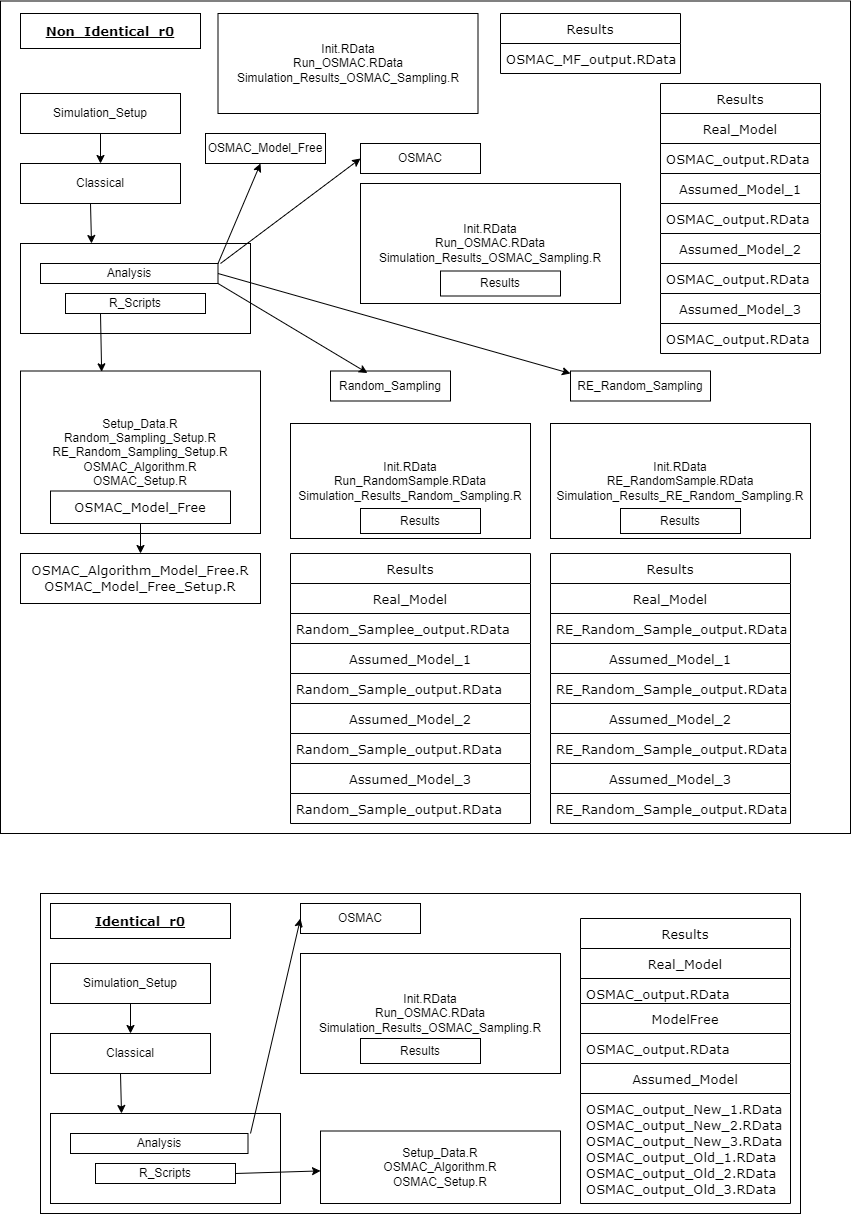
The draw.io diagram Images/Simulation_Setup.png in Amalan-ConStat/RS_OS_MROS_LR_Two_Var_Normal_Alpha, before a commit. Source tidied: cells renumbered, new cells last; positions are measured from the earlier drawing's top-left corner, leaving out a move shared by most shapes.
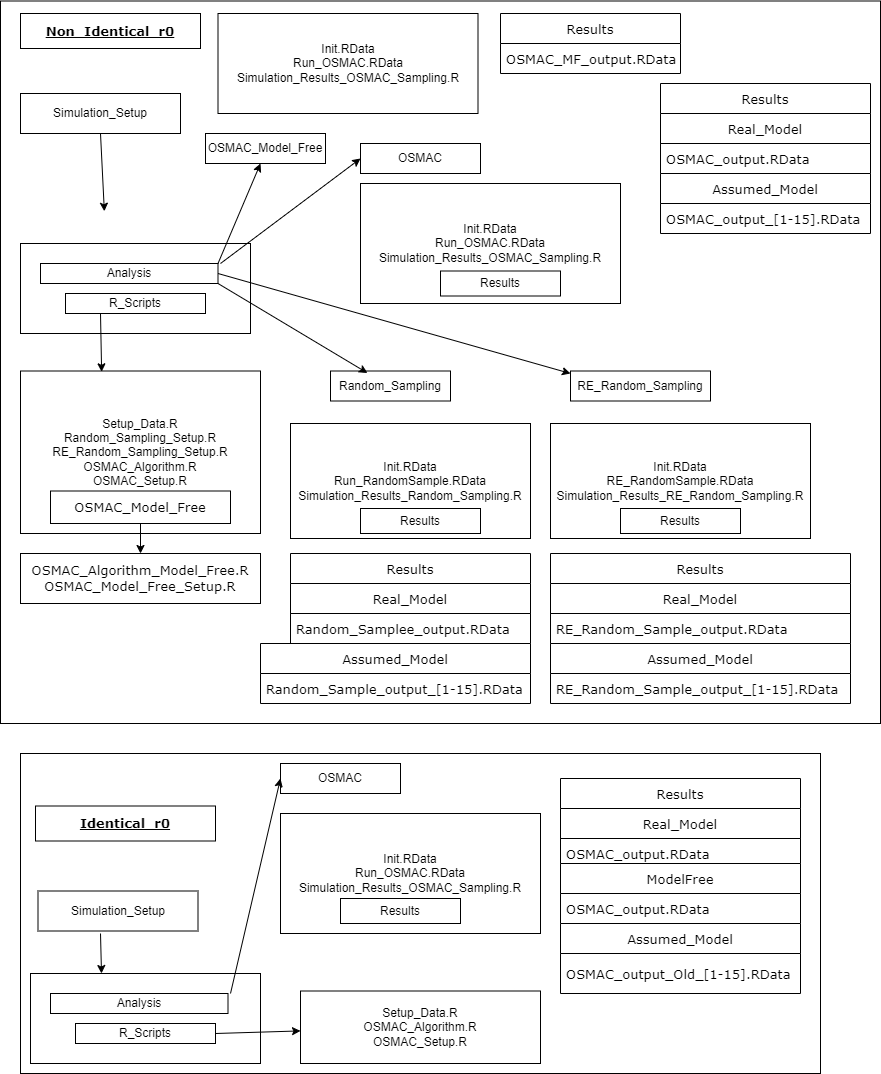
The same file after the commit.

Change to the diagram source:
```diff
@@ -3,10 +3,10 @@
     <mxCell id="0" />
     <mxCell id="1" parent="0" />
     <mxCell id="2" style="rounded=0;whiteSpace=wrap;html=1;fontFamily=Verdana;fontSize=13;fontColor=#000000;" parent="1" vertex="1">
-      <mxGeometry x="40" y="892" width="760" height="320" as="geometry" />
+      <mxGeometry x="20" y="752" width="800" height="320" as="geometry" />
     </mxCell>
     <mxCell id="3" style="rounded=0;whiteSpace=wrap;html=1;fontFamily=Verdana;fontSize=13;fontColor=#000000;" parent="1" vertex="1">
-      <mxGeometry y="-0.5" width="850" height="832.5" as="geometry" />
+      <mxGeometry y="-0.5" width="880" height="722.5" as="geometry" />
     </mxCell>
     <mxCell id="4" value="&lt;br&gt;&lt;br&gt;" style="rounded=0;whiteSpace=wrap;html=1;" parent="1" vertex="1">
       <mxGeometry x="20" y="242" width="230" height="90" as="geometry" />
@@ -14,16 +14,13 @@
     <mxCell id="5" value="Simulation_Setup" style="rounded=0;whiteSpace=wrap;html=1;" parent="1" vertex="1">
       <mxGeometry x="20" y="92" width="160" height="40" as="geometry" />
     </mxCell>
-    <mxCell id="6" value="Classical" style="rounded=0;whiteSpace=wrap;html=1;" parent="1" vertex="1">
-      <mxGeometry x="20" y="162" width="160" height="40" as="geometry" />
-    </mxCell>
     <mxCell id="7" value="&lt;span style=&quot;white-space: normal&quot;&gt;R_Scripts&lt;/span&gt;" style="rounded=0;whiteSpace=wrap;html=1;" parent="1" vertex="1">
       <mxGeometry x="65" y="292" width="140" height="20" as="geometry" />
     </mxCell>
     <mxCell id="8" value="Analysis" style="rounded=0;whiteSpace=wrap;html=1;" parent="1" vertex="1">
       <mxGeometry x="40" y="262" width="177.5" height="20" as="geometry" />
     </mxCell>
-    <mxCell id="9" style="endArrow=classic;html=1;exitX=0.5;exitY=1;exitDx=0;exitDy=0;entryX=0.5;entryY=0;entryDx=0;entryDy=0;" parent="1" edge="1" source="5" target="6">
+    <mxCell id="9" style="endArrow=classic;html=1;exitX=0.5;exitY=1;exitDx=0;exitDy=0;entryX=0.118;entryY=0.291;entryDx=0;entryDy=0;entryPerimeter=0;" parent="1" edge="1" source="5" target="3">
       <mxGeometry relative="1" as="geometry" />
     </mxCell>
     <mxCell id="10" value="Setup_Data.R&lt;br&gt;Random_Sampling_Setup.R&lt;br&gt;RE_Random_Sampling_Setup.R&lt;br&gt;OSMAC_Algorithm.R&lt;br&gt;OSMAC_Setup.R" style="rounded=0;whiteSpace=wrap;html=1;" parent="1" vertex="1">
@@ -95,90 +92,48 @@
     <mxCell id="30" value="Random_Samplee_output.RData" style="text;strokeColor=none;fillColor=none;align=left;verticalAlign=middle;spacingLeft=4;spacingRight=4;overflow=hidden;fontFamily=Verdana;fontSize=13;fontColor=#000000;" parent="29" vertex="1">
       <mxGeometry y="30" width="240" height="30" as="geometry" />
     </mxCell>
-    <mxCell id="31" value="Assumed_Model_1" style="swimlane;fontStyle=0;horizontal=1;startSize=30;fontFamily=Verdana;fontSize=13;fontColor=#000000;" parent="1" vertex="1">
-      <mxGeometry x="290" y="642" width="240" height="60" as="geometry" />
+    <mxCell id="31" value="Assumed_Model" style="swimlane;fontStyle=0;horizontal=1;startSize=30;fontFamily=Verdana;fontSize=13;fontColor=#000000;" parent="1" vertex="1">
+      <mxGeometry x="260" y="642" width="270" height="60" as="geometry" />
     </mxCell>
-    <mxCell id="32" value="Random_Sample_output.RData" style="text;strokeColor=none;fillColor=none;align=left;verticalAlign=middle;spacingLeft=4;spacingRight=4;overflow=hidden;fontFamily=Verdana;fontSize=13;fontColor=#000000;" parent="31" vertex="1">
-      <mxGeometry y="30" width="240" height="30" as="geometry" />
+    <mxCell id="32" value="Random_Sample_output_[1-15].RData" style="text;strokeColor=none;fillColor=none;align=left;verticalAlign=middle;spacingLeft=4;spacingRight=4;overflow=hidden;fontFamily=Verdana;fontSize=13;fontColor=#000000;" parent="31" vertex="1">
+      <mxGeometry y="30" width="270" height="30" as="geometry" />
     </mxCell>
-    <mxCell id="33" value="Assumed_Model_2" style="swimlane;fontStyle=0;horizontal=1;startSize=30;fontFamily=Verdana;fontSize=13;fontColor=#000000;" parent="1" vertex="1">
-      <mxGeometry x="290" y="702" width="240" height="60" as="geometry" />
-    </mxCell>
-    <mxCell id="34" value="Random_Sample_output.RData" style="text;strokeColor=none;fillColor=none;align=left;verticalAlign=middle;spacingLeft=4;spacingRight=4;overflow=hidden;fontFamily=Verdana;fontSize=13;fontColor=#000000;" parent="33" vertex="1">
-      <mxGeometry y="30" width="240" height="30" as="geometry" />
-    </mxCell>
-    <mxCell id="35" value="Assumed_Model_3" style="swimlane;fontStyle=0;horizontal=1;startSize=30;fontFamily=Verdana;fontSize=13;fontColor=#000000;" parent="1" vertex="1">
-      <mxGeometry x="290" y="762" width="240" height="60" as="geometry" />
-    </mxCell>
-    <mxCell id="36" value="Random_Sample_output.RData" style="text;strokeColor=none;fillColor=none;align=left;verticalAlign=middle;spacingLeft=4;spacingRight=4;overflow=hidden;fontFamily=Verdana;fontSize=13;fontColor=#000000;" parent="35" vertex="1">
-      <mxGeometry y="30" width="240" height="30" as="geometry" />
-    </mxCell>
     <mxCell id="37" value="Results" style="swimlane;fontStyle=0;horizontal=1;startSize=30;fontFamily=Verdana;fontSize=13;fontColor=#000000;" parent="1" vertex="1">
-      <mxGeometry x="550" y="552" width="240" height="90" as="geometry" />
+      <mxGeometry x="550" y="552" width="300" height="90" as="geometry" />
     </mxCell>
     <mxCell id="38" value="Real_Model" style="swimlane;fontStyle=0;horizontal=1;startSize=30;fontFamily=Verdana;fontSize=13;fontColor=#000000;" parent="37" vertex="1">
-      <mxGeometry y="30" width="240" height="60" as="geometry" />
+      <mxGeometry y="30" width="300" height="60" as="geometry" />
     </mxCell>
     <mxCell id="39" value="RE_Random_Sample_output.RData" style="text;strokeColor=none;fillColor=none;align=left;verticalAlign=middle;spacingLeft=4;spacingRight=4;overflow=hidden;fontFamily=Verdana;fontSize=13;fontColor=#000000;" parent="38" vertex="1">
-      <mxGeometry y="30" width="240" height="30" as="geometry" />
+      <mxGeometry y="30" width="300" height="30" as="geometry" />
     </mxCell>
-    <mxCell id="40" value="Assumed_Model_1" style="swimlane;fontStyle=0;horizontal=1;startSize=30;fontFamily=Verdana;fontSize=13;fontColor=#000000;" parent="1" vertex="1">
-      <mxGeometry x="550" y="642" width="240" height="60" as="geometry" />
+    <mxCell id="40" value="Assumed_Model" style="swimlane;fontStyle=0;horizontal=1;startSize=30;fontFamily=Verdana;fontSize=13;fontColor=#000000;" parent="1" vertex="1">
+      <mxGeometry x="550" y="642" width="300" height="60" as="geometry" />
     </mxCell>
-    <mxCell id="41" value="RE_Random_Sample_output.RData" style="text;strokeColor=none;fillColor=none;align=left;verticalAlign=middle;spacingLeft=4;spacingRight=4;overflow=hidden;fontFamily=Verdana;fontSize=13;fontColor=#000000;" parent="40" vertex="1">
-      <mxGeometry y="30" width="240" height="30" as="geometry" />
+    <mxCell id="41" value="RE_Random_Sample_output_[1-15].RData" style="text;strokeColor=none;fillColor=none;align=left;verticalAlign=middle;spacingLeft=4;spacingRight=4;overflow=hidden;fontFamily=Verdana;fontSize=13;fontColor=#000000;" parent="40" vertex="1">
+      <mxGeometry y="30" width="300" height="30" as="geometry" />
     </mxCell>
-    <mxCell id="42" value="Assumed_Model_2" style="swimlane;fontStyle=0;horizontal=1;startSize=30;fontFamily=Verdana;fontSize=13;fontColor=#000000;" parent="1" vertex="1">
-      <mxGeometry x="550" y="702" width="240" height="60" as="geometry" />
-    </mxCell>
-    <mxCell id="43" value="RE_Random_Sample_output.RData" style="text;strokeColor=none;fillColor=none;align=left;verticalAlign=middle;spacingLeft=4;spacingRight=4;overflow=hidden;fontFamily=Verdana;fontSize=13;fontColor=#000000;" parent="42" vertex="1">
-      <mxGeometry y="30" width="240" height="30" as="geometry" />
-    </mxCell>
-    <mxCell id="44" value="Assumed_Model_3" style="swimlane;fontStyle=0;horizontal=1;startSize=30;fontFamily=Verdana;fontSize=13;fontColor=#000000;" parent="1" vertex="1">
-      <mxGeometry x="550" y="762" width="240" height="60" as="geometry" />
-    </mxCell>
-    <mxCell id="45" value="RE_Random_Sample_output.RData" style="text;strokeColor=none;fillColor=none;align=left;verticalAlign=middle;spacingLeft=4;spacingRight=4;overflow=hidden;fontFamily=Verdana;fontSize=13;fontColor=#000000;" parent="44" vertex="1">
-      <mxGeometry y="30" width="240" height="30" as="geometry" />
-    </mxCell>
     <mxCell id="46" value="Results" style="swimlane;fontStyle=0;horizontal=1;startSize=30;fontFamily=Verdana;fontSize=13;fontColor=#000000;" parent="1" vertex="1">
-      <mxGeometry x="660" y="82" width="160" height="90" as="geometry" />
+      <mxGeometry x="660" y="82" width="210" height="90" as="geometry" />
     </mxCell>
     <mxCell id="47" value="Real_Model" style="swimlane;fontStyle=0;horizontal=1;startSize=30;fontFamily=Verdana;fontSize=13;fontColor=#000000;" parent="46" vertex="1">
-      <mxGeometry y="30" width="160" height="60" as="geometry" />
+      <mxGeometry y="30" width="210" height="60" as="geometry" />
     </mxCell>
     <mxCell id="48" value="OSMAC_output.RData" style="text;strokeColor=none;fillColor=none;align=left;verticalAlign=middle;spacingLeft=4;spacingRight=4;overflow=hidden;fontFamily=Verdana;fontSize=13;fontColor=#000000;" parent="47" vertex="1">
-      <mxGeometry y="30" width="160" height="30" as="geometry" />
+      <mxGeometry y="30" width="210" height="30" as="geometry" />
     </mxCell>
-    <mxCell id="49" value="Assumed_Model_1" style="swimlane;fontStyle=0;horizontal=1;startSize=30;fontFamily=Verdana;fontSize=13;fontColor=#000000;" parent="1" vertex="1">
-      <mxGeometry x="660" y="172" width="160" height="60" as="geometry" />
+    <mxCell id="49" value="Assumed_Model" style="swimlane;fontStyle=0;horizontal=1;startSize=30;fontFamily=Verdana;fontSize=13;fontColor=#000000;" parent="1" vertex="1">
+      <mxGeometry x="660" y="172" width="210" height="60" as="geometry" />
     </mxCell>
-    <mxCell id="50" value="OSMAC_output.RData" style="text;strokeColor=none;fillColor=none;align=left;verticalAlign=middle;spacingLeft=4;spacingRight=4;overflow=hidden;fontFamily=Verdana;fontSize=13;fontColor=#000000;" parent="49" vertex="1">
-      <mxGeometry y="30" width="160" height="30" as="geometry" />
+    <mxCell id="50" value="OSMAC_output_[1-15].RData" style="text;strokeColor=none;fillColor=none;align=left;verticalAlign=middle;spacingLeft=4;spacingRight=4;overflow=hidden;fontFamily=Verdana;fontSize=13;fontColor=#000000;" parent="49" vertex="1">
+      <mxGeometry y="30" width="210" height="30" as="geometry" />
     </mxCell>
-    <mxCell id="51" value="Assumed_Model_2" style="swimlane;fontStyle=0;horizontal=1;startSize=30;fontFamily=Verdana;fontSize=13;fontColor=#000000;" parent="1" vertex="1">
-      <mxGeometry x="660" y="232" width="160" height="60" as="geometry" />
-    </mxCell>
-    <mxCell id="52" value="OSMAC_output.RData" style="text;strokeColor=none;fillColor=none;align=left;verticalAlign=middle;spacingLeft=4;spacingRight=4;overflow=hidden;fontFamily=Verdana;fontSize=13;fontColor=#000000;" parent="51" vertex="1">
-      <mxGeometry y="30" width="160" height="30" as="geometry" />
-    </mxCell>
-    <mxCell id="53" value="Assumed_Model_3" style="swimlane;fontStyle=0;horizontal=1;startSize=30;fontFamily=Verdana;fontSize=13;fontColor=#000000;" parent="1" vertex="1">
-      <mxGeometry x="660" y="292" width="160" height="60" as="geometry" />
-    </mxCell>
-    <mxCell id="54" value="OSMAC_output.RData" style="text;strokeColor=none;fillColor=none;align=left;verticalAlign=middle;spacingLeft=4;spacingRight=4;overflow=hidden;fontFamily=Verdana;fontSize=13;fontColor=#000000;" parent="53" vertex="1">
-      <mxGeometry y="30" width="160" height="30" as="geometry" />
-    </mxCell>
     <mxCell id="55" value="OSMAC_Model_Free" style="rounded=0;whiteSpace=wrap;html=1;" parent="1" vertex="1">
       <mxGeometry x="205" y="132" width="120" height="30" as="geometry" />
     </mxCell>
     <mxCell id="56" value="Init.RData&lt;br&gt;Run_OSMAC.RData&lt;br&gt;Simulation_Results_OSMAC_Sampling.R" style="rounded=0;whiteSpace=wrap;html=1;" parent="1" vertex="1">
       <mxGeometry x="217.5" y="12" width="260" height="100" as="geometry" />
     </mxCell>
-    <mxCell id="57" style="endArrow=classic;html=1;exitX=0.25;exitY=1;exitDx=0;exitDy=0;" parent="1" edge="1">
-      <mxGeometry relative="1" as="geometry">
-        <mxPoint x="90" y="202" as="sourcePoint" />
-        <mxPoint x="91" y="242" as="targetPoint" />
-      </mxGeometry>
-    </mxCell>
     <mxCell id="58" value="Results" style="swimlane;fontStyle=0;horizontal=1;startSize=30;fontFamily=Verdana;fontSize=13;fontColor=#000000;" parent="1" vertex="1">
       <mxGeometry x="500" y="12" width="180" height="60" as="geometry" />
     </mxCell>
@@ -191,71 +146,65 @@
       </mxGeometry>
     </mxCell>
     <mxCell id="61" value="&lt;br&gt;&lt;br&gt;" style="rounded=0;whiteSpace=wrap;html=1;" parent="1" vertex="1">
-      <mxGeometry x="50" y="1112" width="230" height="90" as="geometry" />
+      <mxGeometry x="30" y="972" width="230" height="90" as="geometry" />
     </mxCell>
     <mxCell id="62" value="Simulation_Setup" style="rounded=0;whiteSpace=wrap;html=1;" parent="1" vertex="1">
-      <mxGeometry x="50" y="962" width="160" height="40" as="geometry" />
+      <mxGeometry x="37.5" y="889.5" width="160" height="40" as="geometry" />
     </mxCell>
-    <mxCell id="63" value="Classical" style="rounded=0;whiteSpace=wrap;html=1;" parent="1" vertex="1">
-      <mxGeometry x="50" y="1032" width="160" height="40" as="geometry" />
-    </mxCell>
     <mxCell id="64" value="&lt;span style=&quot;white-space: normal&quot;&gt;R_Scripts&lt;/span&gt;" style="rounded=0;whiteSpace=wrap;html=1;" parent="1" vertex="1">
-      <mxGeometry x="95" y="1162" width="140" height="20" as="geometry" />
+      <mxGeometry x="75" y="1022" width="140" height="20" as="geometry" />
     </mxCell>
     <mxCell id="65" value="Analysis" style="rounded=0;whiteSpace=wrap;html=1;" parent="1" vertex="1">
-      <mxGeometry x="70" y="1132" width="177.5" height="20" as="geometry" />
+      <mxGeometry x="50" y="992" width="177.5" height="20" as="geometry" />
     </mxCell>
-    <mxCell id="66" style="endArrow=classic;html=1;exitX=0.5;exitY=1;exitDx=0;exitDy=0;entryX=0.5;entryY=0;entryDx=0;entryDy=0;" parent="1" edge="1" source="62" target="63">
-      <mxGeometry relative="1" as="geometry" />
-    </mxCell>
     <mxCell id="67" value="Setup_Data.R&lt;br&gt;OSMAC_Algorithm.R&lt;br&gt;OSMAC_Setup.R" style="rounded=0;whiteSpace=wrap;html=1;" parent="1" vertex="1">
-      <mxGeometry x="320" y="1129.5" width="240" height="72.5" as="geometry" />
+      <mxGeometry x="300" y="989.5" width="240" height="72.5" as="geometry" />
     </mxCell>
     <mxCell id="68" style="endArrow=classic;html=1;exitX=1;exitY=0.5;exitDx=0;exitDy=0;" parent="1" edge="1" source="64" target="67">
       <mxGeometry relative="1" as="geometry" />
     </mxCell>
     <mxCell id="69" value="OSMAC" style="rounded=0;whiteSpace=wrap;html=1;" parent="1" vertex="1">
-      <mxGeometry x="300" y="902" width="120" height="30" as="geometry" />
+      <mxGeometry x="280" y="762" width="120" height="30" as="geometry" />
     </mxCell>
     <mxCell id="70" value="Init.RData&lt;br&gt;Run_OSMAC.RData&lt;br&gt;Simulation_Results_OSMAC_Sampling.R" style="rounded=0;whiteSpace=wrap;html=1;" parent="1" vertex="1">
-      <mxGeometry x="300" y="952" width="260" height="120" as="geometry" />
+      <mxGeometry x="280" y="812" width="260" height="120" as="geometry" />
     </mxCell>
     <mxCell id="71" value="Results" style="rounded=0;whiteSpace=wrap;html=1;" parent="1" vertex="1">
-      <mxGeometry x="360" y="1037" width="120" height="25" as="geometry" />
+      <mxGeometry x="340" y="897" width="120" height="25" as="geometry" />
     </mxCell>
     <mxCell id="72" style="endArrow=classic;html=1;entryX=0;entryY=0.5;entryDx=0;entryDy=0;" parent="1" edge="1" target="69">
       <mxGeometry relative="1" as="geometry">
-        <mxPoint x="250" y="1132" as="sourcePoint" />
+        <mxPoint x="230" y="992" as="sourcePoint" />
       </mxGeometry>
     </mxCell>
     <mxCell id="73" value="&lt;b&gt;&lt;u&gt;Identical_r0&lt;/u&gt;&lt;/b&gt;" style="rounded=0;whiteSpace=wrap;html=1;fontFamily=Verdana;fontSize=13;fontColor=#000000;" parent="1" vertex="1">
-      <mxGeometry x="50" y="902" width="180" height="35" as="geometry" />
+      <mxGeometry x="35" y="804.5" width="180" height="35" as="geometry" />
     </mxCell>
     <mxCell id="74" value="Results" style="swimlane;fontStyle=0;horizontal=1;startSize=30;fontFamily=Verdana;fontSize=13;fontColor=#000000;" parent="1" vertex="1">
-      <mxGeometry x="580" y="917" width="210" height="90" as="geometry" />
+      <mxGeometry x="560" y="777" width="240" height="90" as="geometry" />
     </mxCell>
     <mxCell id="75" value="Real_Model" style="swimlane;fontStyle=0;horizontal=1;startSize=30;fontFamily=Verdana;fontSize=13;fontColor=#000000;" parent="74" vertex="1">
-      <mxGeometry y="30" width="210" height="60" as="geometry" />
+      <mxGeometry y="30" width="240" height="60" as="geometry" />
     </mxCell>
     <mxCell id="76" value="OSMAC_output.RData" style="text;strokeColor=none;fillColor=none;align=left;verticalAlign=middle;spacingLeft=4;spacingRight=4;overflow=hidden;fontFamily=Verdana;fontSize=13;fontColor=#000000;" parent="75" vertex="1">
-      <mxGeometry y="30" width="210" height="30" as="geometry" />
+      <mxGeometry y="30" width="240" height="30" as="geometry" />
     </mxCell>
     <mxCell id="77" value="ModelFree" style="swimlane;fontStyle=0;horizontal=1;startSize=30;fontFamily=Verdana;fontSize=13;fontColor=#000000;" parent="1" vertex="1">
-      <mxGeometry x="580" y="1002" width="210" height="60" as="geometry" />
+      <mxGeometry x="560" y="862" width="240" height="60" as="geometry" />
     </mxCell>
     <mxCell id="78" value="OSMAC_output.RData" style="text;strokeColor=none;fillColor=none;align=left;verticalAlign=middle;spacingLeft=4;spacingRight=4;overflow=hidden;fontFamily=Verdana;fontSize=13;fontColor=#000000;" parent="77" vertex="1">
-      <mxGeometry y="30" width="210" height="30" as="geometry" />
+      <mxGeometry y="30" width="240" height="30" as="geometry" />
     </mxCell>
     <mxCell id="79" value="Assumed_Model" style="swimlane;fontStyle=0;horizontal=1;startSize=30;fontFamily=Verdana;fontSize=13;fontColor=#000000;" parent="1" vertex="1">
-      <mxGeometry x="580" y="1062" width="210" height="140" as="geometry" />
+      <mxGeometry x="560" y="922" width="240" height="70" as="geometry" />
     </mxCell>
-    <mxCell id="80" value="OSMAC_output_New_1.RData&#10;OSMAC_output_New_2.RData&#10;OSMAC_output_New_3.RData&#10;OSMAC_output_Old_1.RData&#10;OSMAC_output_Old_2.RData&#10;OSMAC_output_Old_3.RData" style="text;strokeColor=none;fillColor=none;align=left;verticalAlign=middle;spacingLeft=4;spacingRight=4;overflow=hidden;fontFamily=Verdana;fontSize=13;fontColor=#000000;" parent="79" vertex="1">
-      <mxGeometry y="30" width="210" height="110" as="geometry" />
+    <mxCell id="80" value="OSMAC_output_Old_[1-15].RData" style="text;strokeColor=none;fillColor=none;align=left;verticalAlign=middle;spacingLeft=4;spacingRight=4;overflow=hidden;fontFamily=Verdana;fontSize=13;fontColor=#000000;" parent="79" vertex="1">
+      <mxGeometry y="30" width="240" height="40" as="geometry" />
     </mxCell>
     <mxCell id="81" style="endArrow=classic;html=1;exitX=0.25;exitY=1;exitDx=0;exitDy=0;" parent="1" edge="1">
       <mxGeometry relative="1" as="geometry">
-        <mxPoint x="120" y="1072" as="sourcePoint" />
-        <mxPoint x="121" y="1112" as="targetPoint" />
+        <mxPoint x="100" y="932" as="sourcePoint" />
+        <mxPoint x="101" y="972" as="targetPoint" />
       </mxGeometry>
     </mxCell>
   </root>
```
